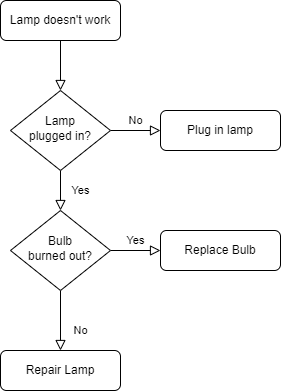
Earlier version of the draw.io export 백준 코딩테스트 순서도/001백준 두 수 비교하기.drawio.png (otw03/Programmers-Algorithm). Source tidied: cells renumbered, new cells last; positions are measured from the earlier drawing's top-left corner, leaving out a move shared by most shapes.
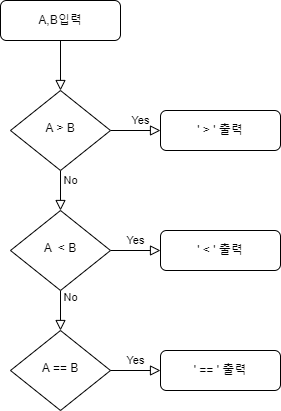
Later version of the same file.

Commit message:
001백준 두 수 비교하기.drawio.png 업데이트

Change to the diagram source:
```diff
@@ -5,35 +5,47 @@
     <mxCell id="2" style="rounded=0;html=1;jettySize=auto;fontSize=11;endArrow=block;endFill=0;endSize=8;strokeWidth=1;shadow=0;labelBackgroundColor=none;edgeStyle=orthogonalEdgeStyle;" parent="1" edge="1" source="3" target="6">
       <mxGeometry relative="1" as="geometry" />
     </mxCell>
-    <mxCell id="3" value="Lamp doesn't work" style="rounded=1;whiteSpace=wrap;html=1;fontSize=12;glass=0;strokeWidth=1;shadow=0;" parent="1" vertex="1">
+    <mxCell id="3" value="A,B입력" style="rounded=1;whiteSpace=wrap;html=1;fontSize=12;glass=0;strokeWidth=1;shadow=0;" parent="1" vertex="1">
       <mxGeometry width="120" height="40" as="geometry" />
     </mxCell>
     <mxCell id="4" value="Yes" style="rounded=0;html=1;jettySize=auto;fontSize=11;endArrow=block;endFill=0;endSize=8;strokeWidth=1;shadow=0;labelBackgroundColor=none;edgeStyle=orthogonalEdgeStyle;" parent="1" edge="1" source="6" target="10">
-      <mxGeometry y="20" relative="1" as="geometry" />
+      <mxGeometry x="-1" y="94" relative="1" as="geometry">
+        <mxPoint x="-14" y="-50" as="offset" />
+      </mxGeometry>
     </mxCell>
     <mxCell id="5" value="No" style="edgeStyle=orthogonalEdgeStyle;rounded=0;html=1;jettySize=auto;fontSize=11;endArrow=block;endFill=0;endSize=8;strokeWidth=1;shadow=0;labelBackgroundColor=none;" parent="1" edge="1" source="6" target="7">
-      <mxGeometry y="10" relative="1" as="geometry" />
+      <mxGeometry x="-1" y="-64" relative="1" as="geometry">
+        <mxPoint x="-40" y="-14" as="offset" />
+      </mxGeometry>
     </mxCell>
-    <mxCell id="6" value="Lamp&lt;br&gt;plugged in?" style="rhombus;whiteSpace=wrap;html=1;shadow=0;fontFamily=Helvetica;fontSize=12;align=center;strokeWidth=1;spacing=6;spacingTop=-4;" parent="1" vertex="1">
+    <mxCell id="6" value="A &amp;gt; B" style="rhombus;whiteSpace=wrap;html=1;shadow=0;fontFamily=Helvetica;fontSize=12;align=center;strokeWidth=1;spacing=6;spacingTop=-4;" parent="1" vertex="1">
       <mxGeometry x="10" y="90" width="100" height="80" as="geometry" />
     </mxCell>
-    <mxCell id="7" value="Plug in lamp" style="rounded=1;whiteSpace=wrap;html=1;fontSize=12;glass=0;strokeWidth=1;shadow=0;" parent="1" vertex="1">
+    <mxCell id="7" value="' &amp;gt; ' 출력" style="rounded=1;whiteSpace=wrap;html=1;fontSize=12;glass=0;strokeWidth=1;shadow=0;" parent="1" vertex="1">
       <mxGeometry x="160" y="110" width="120" height="40" as="geometry" />
     </mxCell>
-    <mxCell id="8" value="No" style="rounded=0;html=1;jettySize=auto;fontSize=11;endArrow=block;endFill=0;endSize=8;strokeWidth=1;shadow=0;labelBackgroundColor=none;edgeStyle=orthogonalEdgeStyle;" parent="1" edge="1" source="10" target="11">
-      <mxGeometry x="0.33" y="20" relative="1" as="geometry" />
+    <mxCell id="8" value="No" style="rounded=0;html=1;jettySize=auto;fontSize=11;endArrow=block;endFill=0;endSize=8;strokeWidth=1;shadow=0;labelBackgroundColor=none;edgeStyle=orthogonalEdgeStyle;entryX=0.5;entryY=0;entryDx=0;entryDy=0;" parent="1" edge="1" source="10" target="13">
+      <mxGeometry x="-0.67" y="10" relative="1" as="geometry" />
     </mxCell>
     <mxCell id="9" value="Yes" style="edgeStyle=orthogonalEdgeStyle;rounded=0;html=1;jettySize=auto;fontSize=11;endArrow=block;endFill=0;endSize=8;strokeWidth=1;shadow=0;labelBackgroundColor=none;" parent="1" edge="1" source="10" target="12">
       <mxGeometry y="10" relative="1" as="geometry" />
     </mxCell>
-    <mxCell id="10" value="Bulb&lt;br&gt;burned out?" style="rhombus;whiteSpace=wrap;html=1;shadow=0;fontFamily=Helvetica;fontSize=12;align=center;strokeWidth=1;spacing=6;spacingTop=-4;" parent="1" vertex="1">
+    <mxCell id="10" value="A&amp;nbsp; &amp;lt; B" style="rhombus;whiteSpace=wrap;html=1;shadow=0;fontFamily=Helvetica;fontSize=12;align=center;strokeWidth=1;spacing=6;spacingTop=-4;" parent="1" vertex="1">
       <mxGeometry x="10" y="210" width="100" height="80" as="geometry" />
     </mxCell>
-    <mxCell id="11" value="Repair Lamp" style="rounded=1;whiteSpace=wrap;html=1;fontSize=12;glass=0;strokeWidth=1;shadow=0;" parent="1" vertex="1">
-      <mxGeometry y="350" width="120" height="40" as="geometry" />
-    </mxCell>
-    <mxCell id="12" value="Replace Bulb" style="rounded=1;whiteSpace=wrap;html=1;fontSize=12;glass=0;strokeWidth=1;shadow=0;" parent="1" vertex="1">
+    <mxCell id="12" value="' &amp;lt; ' 출력" style="rounded=1;whiteSpace=wrap;html=1;fontSize=12;glass=0;strokeWidth=1;shadow=0;" parent="1" vertex="1">
       <mxGeometry x="160" y="230" width="120" height="40" as="geometry" />
     </mxCell>
+    <mxCell id="13" value="A == B" style="rhombus;whiteSpace=wrap;html=1;shadow=0;fontFamily=Helvetica;fontSize=12;align=center;strokeWidth=1;spacing=6;spacingTop=-4;" parent="1" vertex="1">
+      <mxGeometry x="10" y="330" width="100" height="80" as="geometry" />
+    </mxCell>
+    <mxCell id="14" value="Yes" style="edgeStyle=orthogonalEdgeStyle;rounded=0;html=1;jettySize=auto;fontSize=11;endArrow=block;endFill=0;endSize=8;strokeWidth=1;shadow=0;labelBackgroundColor=none;" parent="1" edge="1" target="15">
+      <mxGeometry y="10" relative="1" as="geometry">
+        <mxPoint x="110" y="370" as="sourcePoint" />
+      </mxGeometry>
+    </mxCell>
+    <mxCell id="15" value="' == ' 출력" style="rounded=1;whiteSpace=wrap;html=1;fontSize=12;glass=0;strokeWidth=1;shadow=0;" parent="1" vertex="1">
+      <mxGeometry x="160" y="350" width="120" height="40" as="geometry" />
+    </mxCell>
   </root>
 </mxGraphModel>
```
